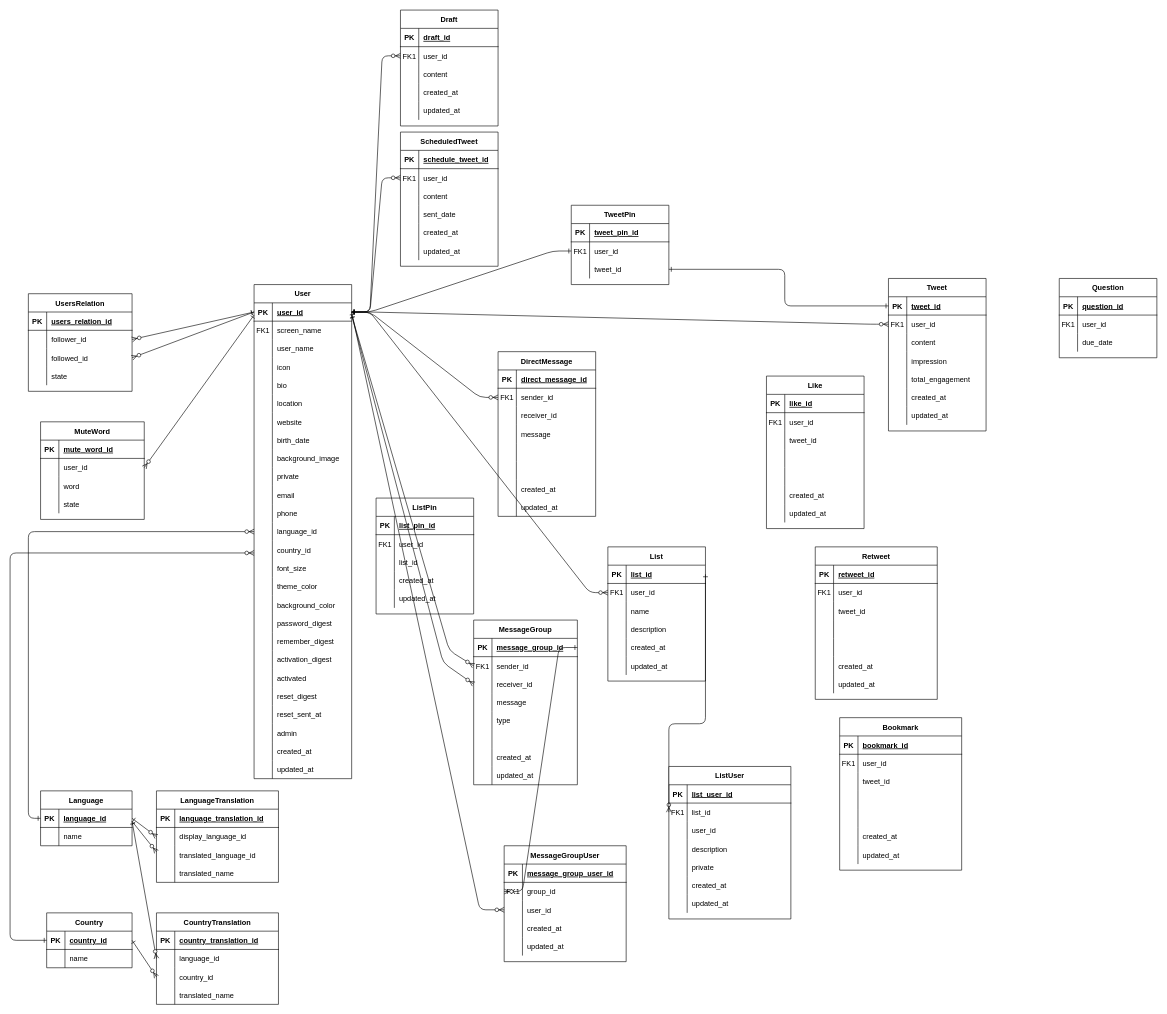
The draw.io diagram twitter.drawio in universato/boot, before the edit. Source tidied: cells renumbered, new cells numbered last; positions are measured from the earlier drawing's top-left corner, leaving out a move shared by most shapes. Both pictures are drawn from the tidied source at 61%, with x=0, y=0 at pixel (10, 10).
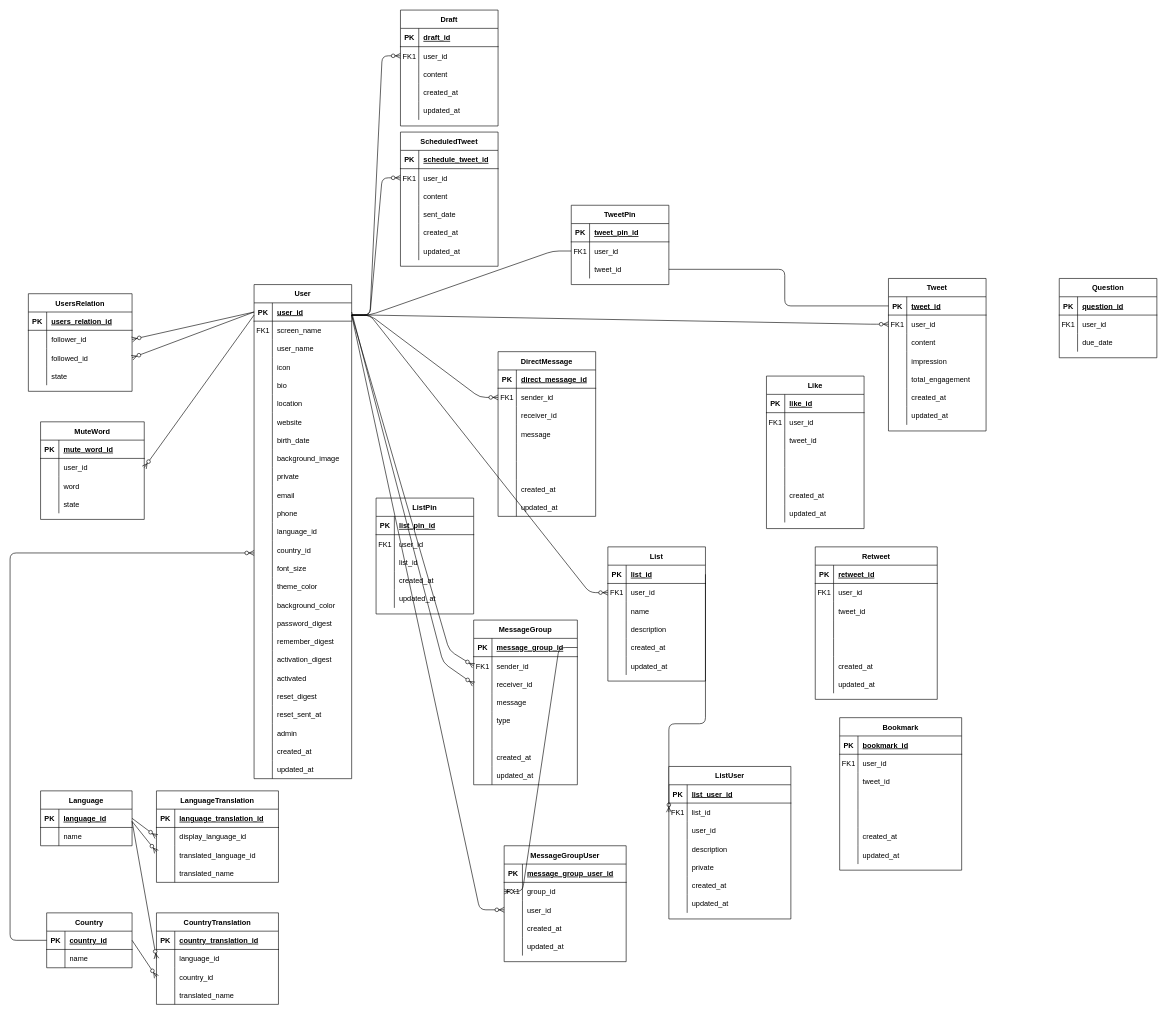
The same page after the edit.

Unchanged cells that the change refers to:
```xml
<mxCell id="5" style="shape=partialRectangle;fillColor=none;points=[[0,0.5],[1,0.5]];portConstraint=eastwest;top=0;left=0;right=0;bottom=1;" parent="4" vertex="1">
  <mxGeometry y="30" width="160" height="30" as="geometry" />
</mxCell>
<mxCell id="41" style="shape=partialRectangle;fillColor=none;points=[[0,0.5],[1,0.5]];portConstraint=eastwest;top=0;left=0;right=0;bottom=0;" parent="4" vertex="1">
  <mxGeometry y="390" width="160" height="30" as="geometry" />
</mxCell>
<mxCell id="89" style="shape=partialRectangle;fillColor=none;points=[[0,0.5],[1,0.5]];portConstraint=eastwest;top=0;left=0;right=0;bottom=0;" parent="85" vertex="1">
  <mxGeometry y="60" width="170" height="30" as="geometry" />
</mxCell>
<mxCell id="92" style="shape=partialRectangle;fillColor=none;points=[[0,0.5],[1,0.5]];portConstraint=eastwest;top=0;left=0;right=0;bottom=0;" parent="85" vertex="1">
  <mxGeometry y="90" width="170" height="30" as="geometry" />
</mxCell>
<mxCell id="102" style="shape=partialRectangle;fillColor=none;points=[[0,0.5],[1,0.5]];portConstraint=eastwest;top=0;left=0;right=0;bottom=0;" parent="98" vertex="1">
  <mxGeometry y="60" width="170" height="30" as="geometry" />
</mxCell>
<mxCell id="112" style="shape=partialRectangle;fillColor=none;points=[[0,0.5],[1,0.5]];portConstraint=eastwest;top=0;left=0;right=0;bottom=1;" parent="111" vertex="1">
  <mxGeometry y="30" width="160" height="30" as="geometry" />
</mxCell>
<mxCell id="115" style="shape=partialRectangle;fillColor=none;points=[[0,0.5],[1,0.5]];portConstraint=eastwest;top=0;left=0;right=0;bottom=0;" parent="111" vertex="1">
  <mxGeometry y="60" width="160" height="30" as="geometry" />
</mxCell>
<mxCell id="159" style="shape=partialRectangle;fillColor=none;points=[[0,0.5],[1,0.5]];portConstraint=eastwest;top=0;left=0;right=0;bottom=0;" parent="155" vertex="1">
  <mxGeometry y="60" width="160" height="30" as="geometry" />
</mxCell>
<mxCell id="231" style="shape=partialRectangle;fillColor=none;points=[[0,0.5],[1,0.5]];portConstraint=eastwest;top=0;left=0;right=0;bottom=0;" parent="227" vertex="1">
  <mxGeometry y="60" width="200" height="30" as="geometry" />
</mxCell>
<mxCell id="234" style="shape=partialRectangle;fillColor=none;points=[[0,0.5],[1,0.5]];portConstraint=eastwest;top=0;left=0;right=0;bottom=0;" parent="227" vertex="1">
  <mxGeometry y="90" width="200" height="30" as="geometry" />
</mxCell>
<mxCell id="241" style="shape=partialRectangle;fillColor=none;points=[[0,0.5],[1,0.5]];portConstraint=eastwest;top=0;left=0;right=0;bottom=1;" parent="240" vertex="1">
  <mxGeometry y="30" width="140" height="30" as="geometry" />
</mxCell>
<mxCell id="248" style="shape=partialRectangle;fillColor=none;points=[[0,0.5],[1,0.5]];portConstraint=eastwest;top=0;left=0;right=0;bottom=1;" parent="247" vertex="1">
  <mxGeometry y="30" width="150" height="30" as="geometry" />
</mxCell>
<mxCell id="258" style="shape=partialRectangle;fillColor=none;points=[[0,0.5],[1,0.5]];portConstraint=eastwest;top=0;left=0;right=0;bottom=0;" parent="254" vertex="1">
  <mxGeometry y="60" width="200" height="30" as="geometry" />
</mxCell>
<mxCell id="281" style="shape=partialRectangle;fillColor=none;points=[[0,0.5],[1,0.5]];portConstraint=eastwest;top=0;left=0;right=0;bottom=0;" parent="277" vertex="1">
  <mxGeometry y="60" width="160" height="30" as="geometry" />
</mxCell>
<mxCell id="297" style="shape=partialRectangle;fillColor=none;points=[[0,0.5],[1,0.5]];portConstraint=eastwest;top=0;left=0;right=0;bottom=0;" parent="293" vertex="1">
  <mxGeometry y="60" width="160" height="30" as="geometry" />
</mxCell>
<mxCell id="316" style="shape=partialRectangle;fillColor=none;points=[[0,0.5],[1,0.5]];portConstraint=eastwest;top=0;left=0;right=0;bottom=0;" parent="312" vertex="1">
  <mxGeometry y="60" width="160" height="30" as="geometry" />
</mxCell>
<mxCell id="319" style="shape=partialRectangle;fillColor=none;points=[[0,0.5],[1,0.5]];portConstraint=eastwest;top=0;left=0;right=0;bottom=0;" parent="312" vertex="1">
  <mxGeometry y="90" width="160" height="30" as="geometry" />
</mxCell>
<mxCell id="333" style="shape=partialRectangle;fillColor=none;points=[[0,0.5],[1,0.5]];portConstraint=eastwest;top=0;left=0;right=0;bottom=1;" parent="332" vertex="1">
  <mxGeometry y="30" width="160" height="30" as="geometry" />
</mxCell>
<mxCell id="336" style="shape=partialRectangle;fillColor=none;points=[[0,0.5],[1,0.5]];portConstraint=eastwest;top=0;left=0;right=0;bottom=0;" parent="332" vertex="1">
  <mxGeometry y="60" width="160" height="30" as="geometry" />
</mxCell>
<mxCell id="355" style="shape=partialRectangle;fillColor=none;points=[[0,0.5],[1,0.5]];portConstraint=eastwest;top=0;left=0;right=0;bottom=0;" parent="351" vertex="1">
  <mxGeometry y="60" width="200" height="30" as="geometry" />
</mxCell>
<mxCell id="393" style="shape=partialRectangle;fillColor=none;points=[[0,0.5],[1,0.5]];portConstraint=eastwest;top=0;left=0;right=0;bottom=0;" parent="389" vertex="1">
  <mxGeometry y="60" width="200" height="30" as="geometry" />
</mxCell>
<mxCell id="396" style="shape=partialRectangle;fillColor=none;points=[[0,0.5],[1,0.5]];portConstraint=eastwest;top=0;left=0;right=0;bottom=0;" parent="389" vertex="1">
  <mxGeometry y="90" width="200" height="30" as="geometry" />
</mxCell>
<mxCell id="408" style="shape=partialRectangle;fillColor=none;points=[[0,0.5],[1,0.5]];portConstraint=eastwest;top=0;left=0;right=0;bottom=1;" parent="407" vertex="1">
  <mxGeometry y="30" width="170" height="30" as="geometry" />
</mxCell>
<mxCell id="411" style="shape=partialRectangle;fillColor=none;points=[[0,0.5],[1,0.5]];portConstraint=eastwest;top=0;left=0;right=0;bottom=0;" parent="407" vertex="1">
  <mxGeometry y="60" width="170" height="30" as="geometry" />
</mxCell>
<mxCell id="414" style="shape=partialRectangle;fillColor=none;points=[[0,0.5],[1,0.5]];portConstraint=eastwest;top=0;left=0;right=0;bottom=0;" parent="407" vertex="1">
  <mxGeometry y="90" width="170" height="30" as="geometry" />
</mxCell>
```

What changed in the source:
```diff
@@
-    <mxCell id="2" style="endArrow=ERzeroToMany;startArrow=ERone;endFill=1;startFill=0;entryX=1;entryY=0.5;entryDx=0;entryDy=0;exitX=0;exitY=0.5;exitDx=0;exitDy=0;" parent="1" edge="1" source="5" target="89">
+    <mxCell id="2" style="endArrow=ERzeroToMany;startArrow=none;endFill=1;startFill=0;entryX=1;entryY=0.5;entryDx=0;entryDy=0;exitX=0;exitY=0.5;exitDx=0;exitDy=0;" parent="1" edge="1" source="5" target="89">
       <mxGeometry relative="1" as="geometry" />
     </mxCell>
-    <mxCell id="3" style="edgeStyle=entityRelationEdgeStyle;endArrow=ERzeroToMany;startArrow=ERone;endFill=1;startFill=0;" parent="1" edge="1" source="5" target="115">
-      <mxGeometry relative="1" as="geometry" />
+    <mxCell id="3" style="edgeStyle=entityRelationEdgeStyle;endArrow=ERzeroToMany;startArrow=none;endFill=1;startFill=0;" parent="1" edge="1" target="115">
+      <mxGeometry relative="1" as="geometry">
+        <mxPoint x="560" y="500" as="sourcePoint" />
+      </mxGeometry>
     </mxCell>
@@
-    <mxCell id="83" style="edgeStyle=entityRelationEdgeStyle;endArrow=ERzeroToMany;startArrow=ERone;endFill=1;startFill=0;entryX=0;entryY=0.5;entryDx=0;entryDy=0;exitX=1;exitY=0.5;exitDx=0;exitDy=0;" parent="1" edge="1" source="5" target="336">
-      <mxGeometry relative="1" as="geometry" />
+    <mxCell id="83" style="edgeStyle=entityRelationEdgeStyle;endArrow=ERzeroToMany;startArrow=none;endFill=1;startFill=0;entryX=0;entryY=0.5;entryDx=0;entryDy=0;" parent="1" edge="1" target="336">
+      <mxGeometry relative="1" as="geometry">
+        <mxPoint x="560" y="500" as="sourcePoint" />
+      </mxGeometry>
     </mxCell>
-    <mxCell id="84" style="edgeStyle=elbowEdgeStyle;endArrow=ERzeroToMany;startArrow=ERone;endFill=1;startFill=0;entryX=0;entryY=0.5;entryDx=0;entryDy=0;exitX=1;exitY=0.5;exitDx=0;exitDy=0;elbow=vertical;" parent="1" edge="1" source="333" target="355">
+    <mxCell id="84" style="edgeStyle=elbowEdgeStyle;endArrow=ERzeroToMany;startArrow=none;endFill=1;startFill=0;entryX=0;entryY=0.5;entryDx=0;entryDy=0;exitX=1;exitY=0.5;exitDx=0;exitDy=0;elbow=vertical;" parent="1" edge="1" source="333" target="355">
       <mxGeometry relative="1" as="geometry">
         <Array as="points">
           <mxPoint x="1030" y="1170" />
         </Array>
       </mxGeometry>
     </mxCell>
@@
-    <mxCell id="202" style="edgeStyle=entityRelationEdgeStyle;endArrow=ERzeroToMany;startArrow=ERone;endFill=1;startFill=0;exitX=1;exitY=0.5;exitDx=0;exitDy=0;" parent="1" edge="1" source="5" target="159">
-      <mxGeometry relative="1" as="geometry" />
+    <mxCell id="202" style="edgeStyle=entityRelationEdgeStyle;endArrow=ERzeroToMany;startArrow=none;endFill=1;startFill=0;" parent="1" edge="1" target="159">
+      <mxGeometry relative="1" as="geometry">
+        <mxPoint x="560" y="500" as="sourcePoint" />
+      </mxGeometry>
     </mxCell>
@@
-    <mxCell id="225" style="endArrow=ERzeroToMany;startArrow=ERone;endFill=1;startFill=0;exitX=0;exitY=0.5;exitDx=0;exitDy=0;entryX=1;entryY=0.5;entryDx=0;entryDy=0;" parent="1" edge="1" source="5" target="92">
+    <mxCell id="225" style="endArrow=ERzeroToMany;startArrow=none;endFill=1;startFill=0;exitX=0;exitY=0.5;exitDx=0;exitDy=0;entryX=1;entryY=0.5;entryDx=0;entryDy=0;" parent="1" edge="1" source="5" target="92">
       <mxGeometry relative="1" as="geometry" />
     </mxCell>
-    <mxCell id="226" style="endArrow=ERzeroToMany;startArrow=ERone;endFill=1;startFill=0;entryX=1;entryY=0.5;entryDx=0;entryDy=0;" parent="1" edge="1" target="102">
+    <mxCell id="226" style="endArrow=ERzeroToMany;startArrow=none;endFill=1;startFill=0;entryX=1;entryY=0.5;entryDx=0;entryDy=0;" parent="1" edge="1" target="102">
       <mxGeometry relative="1" as="geometry">
         <mxPoint x="400" y="500" as="sourcePoint" />
       </mxGeometry>
     </mxCell>
@@
-    <mxCell id="267" style="endArrow=ERzeroToMany;startArrow=ERone;endFill=1;startFill=0;entryX=0;entryY=0.5;entryDx=0;entryDy=0;exitX=1;exitY=0.5;exitDx=0;exitDy=0;" parent="1" edge="1" source="248" target="258">
+    <mxCell id="267" style="endArrow=ERzeroToMany;startArrow=none;endFill=1;startFill=0;entryX=0;entryY=0.5;entryDx=0;entryDy=0;exitX=1;exitY=0.5;exitDx=0;exitDy=0;" parent="1" edge="1" source="248" target="258">
       <mxGeometry relative="1" as="geometry" />
     </mxCell>
-    <mxCell id="268" style="endArrow=ERzeroToMany;startArrow=ERone;endFill=1;startFill=0;entryX=0;entryY=0.5;entryDx=0;entryDy=0;" parent="1" edge="1">
+    <mxCell id="268" style="endArrow=ERzeroToMany;startArrow=none;endFill=1;startFill=0;entryX=0;entryY=0.5;entryDx=0;entryDy=0;" parent="1" edge="1">
       <mxGeometry relative="1" as="geometry">
         <mxPoint x="200" y="1330" as="sourcePoint" />
         <mxPoint x="240" y="1380" as="targetPoint" />
       </mxGeometry>
     </mxCell>
-    <mxCell id="269" style="endArrow=ERzeroToMany;startArrow=ERone;endFill=1;startFill=0;entryX=0;entryY=0.5;entryDx=0;entryDy=0;" parent="1" edge="1" target="231">
+    <mxCell id="269" style="endArrow=ERzeroToMany;startArrow=none;endFill=1;startFill=0;entryX=0;entryY=0.5;entryDx=0;entryDy=0;" parent="1" edge="1" target="231">
       <mxGeometry relative="1" as="geometry">
         <mxPoint x="200" y="1330" as="sourcePoint" />
       </mxGeometry>
     </mxCell>
-    <mxCell id="270" style="endArrow=ERzeroToMany;startArrow=ERone;endFill=1;startFill=0;entryX=0;entryY=0.5;entryDx=0;entryDy=0;exitX=1;exitY=0.5;exitDx=0;exitDy=0;" parent="1" edge="1" source="241" target="234">
+    <mxCell id="270" style="endArrow=ERzeroToMany;startArrow=none;endFill=1;startFill=0;entryX=0;entryY=0.5;entryDx=0;entryDy=0;exitX=1;exitY=0.5;exitDx=0;exitDy=0;" parent="1" edge="1" source="241" target="234">
       <mxGeometry relative="1" as="geometry" />
     </mxCell>
-    <mxCell id="271" style="endArrow=ERzeroToMany;startArrow=ERone;endFill=1;startFill=0;exitX=0;exitY=0.5;exitDx=0;exitDy=0;entryX=0;entryY=0.5;entryDx=0;entryDy=0;edgeStyle=elbowEdgeStyle;" parent="1" edge="1" source="248" target="41">
+    <mxCell id="271" style="endArrow=ERzeroToMany;startArrow=none;endFill=1;startFill=0;exitX=0;exitY=0.5;exitDx=0;exitDy=0;entryX=0;entryY=0.5;entryDx=0;entryDy=0;edgeStyle=elbowEdgeStyle;strokeColor=none;" parent="1" edge="1" source="248" target="41">
       <mxGeometry relative="1" as="geometry">
         <Array as="points">
           <mxPoint x="30" y="1090" />
         </Array>
       </mxGeometry>
     </mxCell>
-    <mxCell id="272" style="endArrow=ERzeroToMany;startArrow=ERone;endFill=1;startFill=0;exitX=0;exitY=0.5;exitDx=0;exitDy=0;edgeStyle=elbowEdgeStyle;" parent="1" edge="1" source="241">
+    <mxCell id="272" style="endArrow=ERzeroToMany;startArrow=none;endFill=1;startFill=0;exitX=0;exitY=0.5;exitDx=0;exitDy=0;edgeStyle=elbowEdgeStyle;" parent="1" edge="1" source="241">
       <mxGeometry relative="1" as="geometry">
         <mxPoint x="400" y="890" as="targetPoint" />
         <Array as="points">
           <mxPoint y="1210" />
         </Array>
       </mxGeometry>
     </mxCell>
-    <mxCell id="273" style="edgeStyle=entityRelationEdgeStyle;endArrow=ERone;startArrow=ERone;endFill=0;startFill=0;exitX=1;exitY=0.5;exitDx=0;exitDy=0;entryX=0;entryY=0.5;entryDx=0;entryDy=0;" parent="1" edge="1" source="5" target="316">
-      <mxGeometry relative="1" as="geometry" />
+    <mxCell id="273" style="edgeStyle=entityRelationEdgeStyle;endArrow=none;startArrow=none;endFill=0;startFill=0;entryX=0;entryY=0.5;entryDx=0;entryDy=0;" parent="1" edge="1" target="316">
+      <mxGeometry relative="1" as="geometry">
+        <mxPoint x="560" y="500" as="sourcePoint" />
+      </mxGeometry>
     </mxCell>
-    <mxCell id="274" style="edgeStyle=elbowEdgeStyle;endArrow=ERone;startArrow=ERone;endFill=0;startFill=0;entryX=1;entryY=0.5;entryDx=0;entryDy=0;exitX=0;exitY=0.5;exitDx=0;exitDy=0;" parent="1" edge="1" source="112" target="319">
+    <mxCell id="274" style="edgeStyle=elbowEdgeStyle;endArrow=none;startArrow=none;endFill=0;startFill=0;entryX=1;entryY=0.5;entryDx=0;entryDy=0;exitX=0;exitY=0.5;exitDx=0;exitDy=0;" parent="1" edge="1" source="112" target="319">
       <mxGeometry relative="1" as="geometry">
         <Array as="points">
           <mxPoint x="1270" y="440" />
         </Array>
       </mxGeometry>
     </mxCell>
-    <mxCell id="275" style="edgeStyle=entityRelationEdgeStyle;endArrow=ERzeroToMany;startArrow=ERone;endFill=1;startFill=0;entryX=0;entryY=0.5;entryDx=0;entryDy=0;exitX=1;exitY=0.5;exitDx=0;exitDy=0;" parent="1" edge="1" source="5" target="281">
-      <mxGeometry relative="1" as="geometry" />
+    <mxCell id="275" style="edgeStyle=entityRelationEdgeStyle;endArrow=ERzeroToMany;startArrow=none;endFill=1;startFill=0;entryX=0;entryY=0.5;entryDx=0;entryDy=0;" parent="1" edge="1" target="281">
+      <mxGeometry relative="1" as="geometry">
+        <mxPoint x="560" y="500" as="sourcePoint" />
+      </mxGeometry>
     </mxCell>
-    <mxCell id="276" style="edgeStyle=entityRelationEdgeStyle;endArrow=ERzeroToMany;startArrow=ERone;endFill=1;startFill=0;entryX=0;entryY=0.5;entryDx=0;entryDy=0;exitX=1;exitY=0.5;exitDx=0;exitDy=0;" parent="1" edge="1" source="5" target="297">
-      <mxGeometry relative="1" as="geometry" />
+    <mxCell id="276" style="edgeStyle=entityRelationEdgeStyle;endArrow=ERzeroToMany;startArrow=none;endFill=1;startFill=0;entryX=0;entryY=0.5;entryDx=0;entryDy=0;" parent="1" edge="1" target="297">
+      <mxGeometry relative="1" as="geometry">
+        <mxPoint x="560" y="500" as="sourcePoint" />
+      </mxGeometry>
     </mxCell>
@@
-    <mxCell id="405" style="endArrow=ERzeroToMany;startArrow=ERone;endFill=1;startFill=0;entryX=0;entryY=0.5;entryDx=0;entryDy=0;exitX=1;exitY=0.5;exitDx=0;exitDy=0;" parent="1" edge="1" source="5" target="396">
+    <mxCell id="405" style="endArrow=ERzeroToMany;startArrow=none;endFill=1;startFill=0;entryX=0;entryY=0.5;entryDx=0;entryDy=0;" parent="1" edge="1" target="396">
       <mxGeometry relative="1" as="geometry">
+        <mxPoint x="560" y="500" as="sourcePoint" />
         <Array as="points">
           <mxPoint x="770" y="1475" />
         </Array>
       </mxGeometry>
     </mxCell>
-    <mxCell id="406" style="endArrow=ERzeroToMany;startArrow=ERone;endFill=1;startFill=0;entryX=0;entryY=0.5;entryDx=0;entryDy=0;exitX=1;exitY=0.5;exitDx=0;exitDy=0;edgeStyle=entityRelationEdgeStyle;" parent="1" edge="1" source="408" target="393">
+    <mxCell id="406" style="endArrow=ERzeroToMany;startArrow=none;endFill=1;startFill=0;entryX=0;entryY=0.5;entryDx=0;entryDy=0;exitX=1;exitY=0.5;exitDx=0;exitDy=0;edgeStyle=entityRelationEdgeStyle;" parent="1" edge="1" source="408" target="393">
       <mxGeometry relative="1" as="geometry" />
     </mxCell>
@@
-    <mxCell id="432" style="endArrow=ERzeroToMany;startArrow=ERone;endFill=1;startFill=0;entryX=0;entryY=0.5;entryDx=0;entryDy=0;" parent="1" edge="1" target="411">
+    <mxCell id="432" style="endArrow=ERzeroToMany;startArrow=none;endFill=1;startFill=0;entryX=0;entryY=0.5;entryDx=0;entryDy=0;" parent="1" edge="1" target="411">
       <mxGeometry relative="1" as="geometry">
         <mxPoint x="560" y="500" as="sourcePoint" />
         <Array as="points">
           <mxPoint x="720" y="1050" />
         </Array>
       </mxGeometry>
     </mxCell>
-    <mxCell id="433" style="endArrow=ERzeroToMany;startArrow=ERone;endFill=1;startFill=0;entryX=0;entryY=0.5;entryDx=0;entryDy=0;" parent="1" edge="1" target="414">
+    <mxCell id="433" style="endArrow=ERzeroToMany;startArrow=none;endFill=1;startFill=0;entryX=0;entryY=0.5;entryDx=0;entryDy=0;exitX=1;exitY=0.5;exitDx=0;exitDy=0;" parent="1" edge="1" source="5" target="414">
       <mxGeometry relative="1" as="geometry">
-        <mxPoint x="560" y="500" as="sourcePoint" />
         <Array as="points">
           <mxPoint x="710" y="1070" />
         </Array>
       </mxGeometry>
     </mxCell>
```
